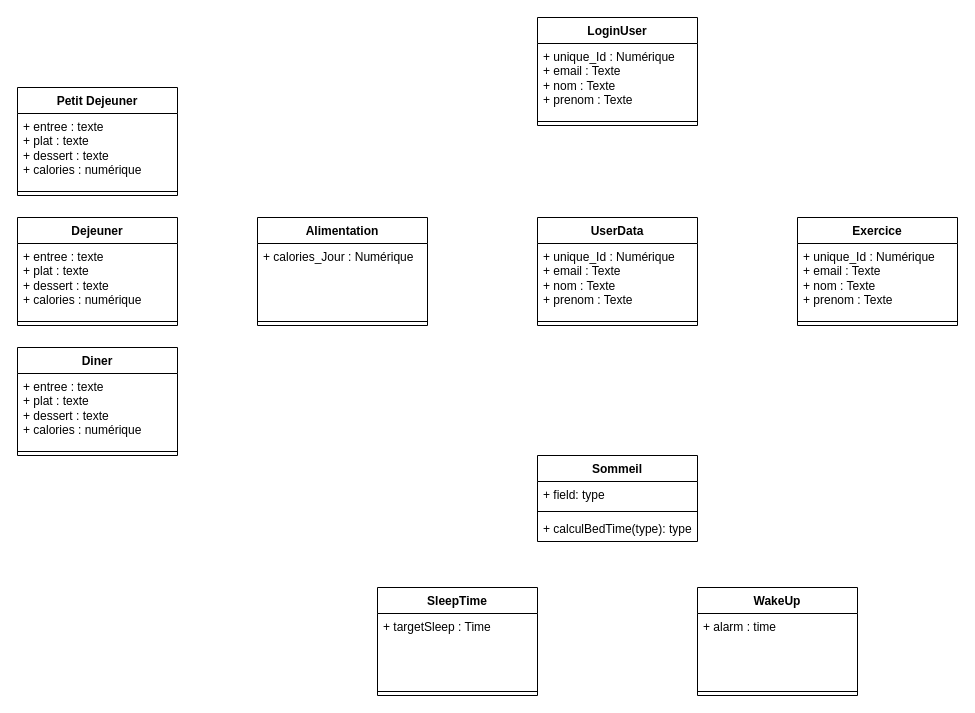
CodeStarter40/P5 keeps this draw.io diagram as P5_Exercice.drawio. Above is the earlier version. Source tidied: cells renumbered, new cells numbered last; positions are measured from the earlier drawing's top-left corner, leaving out a move shared by most shapes. Both pictures are drawn from the tidied source at 100%, with x=0, y=0 at pixel (17, 17).
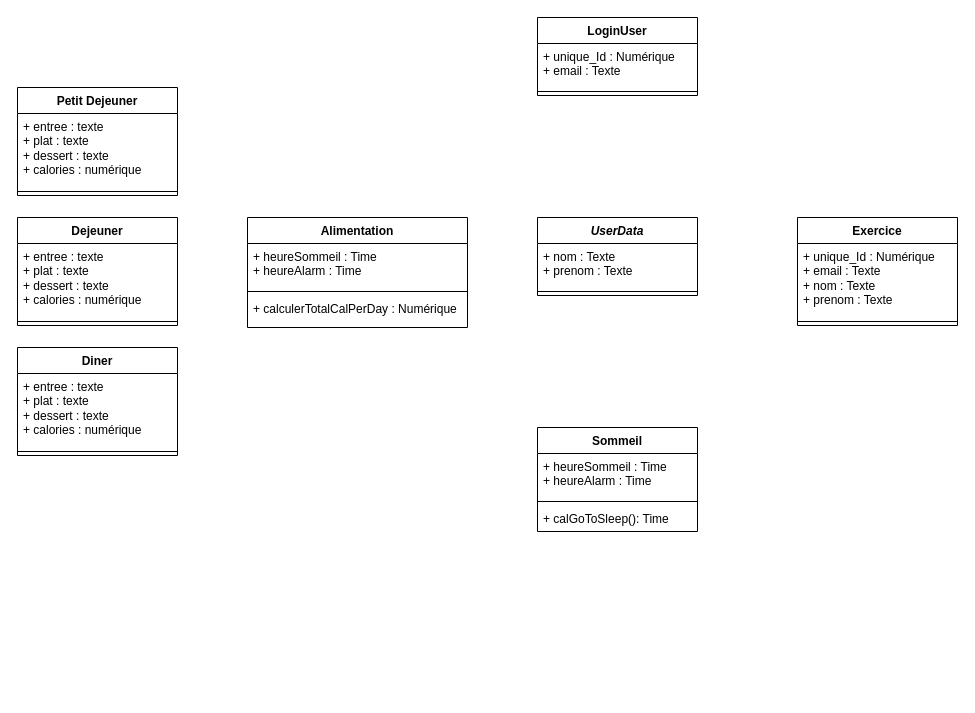
Above is the later version.

Change to the diagram source:
```diff
@@
-    <mxCell id="2" value="UserData" style="swimlane;fontStyle=1;align=center;verticalAlign=top;horizontal=1;startSize=26;whiteSpace=wrap;html=1;" parent="1" vertex="1">
-      <mxGeometry x="520" y="200" width="160" height="108" as="geometry" />
+    <mxCell id="2" value="&lt;i&gt;UserData&lt;/i&gt;" style="swimlane;fontStyle=1;align=center;verticalAlign=top;horizontal=1;startSize=26;whiteSpace=wrap;html=1;" parent="1" vertex="1">
+      <mxGeometry x="520" y="200" width="160" height="78" as="geometry" />
     </mxCell>
-    <mxCell id="3" value="+ unique_Id : Numérique&lt;div&gt;+ email : Texte&lt;/div&gt;&lt;div&gt;+ nom : Texte&lt;/div&gt;&lt;div&gt;+ prenom : Texte&lt;/div&gt;" style="text;strokeColor=none;fillColor=none;align=left;verticalAlign=top;spacingLeft=4;spacingRight=4;overflow=hidden;whiteSpace=wrap;html=1;" parent="2" vertex="1">
-      <mxGeometry y="26" width="160" height="74" as="geometry" />
+    <mxCell id="3" value="&lt;div&gt;+ nom : Texte&lt;/div&gt;&lt;div&gt;+ prenom : Texte&lt;/div&gt;" style="text;strokeColor=none;fillColor=none;align=left;verticalAlign=top;spacingLeft=4;spacingRight=4;overflow=hidden;whiteSpace=wrap;html=1;" parent="2" vertex="1">
+      <mxGeometry y="26" width="160" height="44" as="geometry" />
     </mxCell>
     <mxCell id="4" style="line;strokeWidth=1;fillColor=none;align=left;verticalAlign=middle;spacingTop=-1;spacingLeft=3;spacingRight=3;labelPosition=right;strokeColor=inherit;" parent="2" vertex="1">
-      <mxGeometry y="100" width="160" height="8" as="geometry" />
+      <mxGeometry y="70" width="160" height="8" as="geometry" />
     </mxCell>
@@
-    <mxCell id="17" value="Alimentation" style="swimlane;fontStyle=1;align=center;verticalAlign=top;horizontal=1;startSize=26;whiteSpace=wrap;html=1;" parent="1" vertex="1">
-      <mxGeometry x="240" y="200" width="170" height="108" as="geometry" />
-    </mxCell>
-    <mxCell id="18" value="+ calories_Jour : Numérique" style="text;strokeColor=none;fillColor=none;align=left;verticalAlign=top;spacingLeft=4;spacingRight=4;overflow=hidden;whiteSpace=wrap;html=1;" parent="17" vertex="1">
-      <mxGeometry y="26" width="170" height="74" as="geometry" />
-    </mxCell>
-    <mxCell id="19" style="line;strokeWidth=1;fillColor=none;align=left;verticalAlign=middle;spacingTop=-1;spacingLeft=3;spacingRight=3;labelPosition=right;strokeColor=inherit;" parent="17" vertex="1">
-      <mxGeometry y="100" width="170" height="8" as="geometry" />
-    </mxCell>
     <mxCell id="20" value="LoginUser" style="swimlane;fontStyle=1;align=center;verticalAlign=top;horizontal=1;startSize=26;whiteSpace=wrap;html=1;" parent="1" vertex="1">
-      <mxGeometry x="520" width="160" height="108" as="geometry" />
+      <mxGeometry x="520" width="160" height="78" as="geometry" />
     </mxCell>
-    <mxCell id="21" value="+ unique_Id : Numérique&lt;div&gt;+ email : Texte&lt;/div&gt;&lt;div&gt;+ nom : Texte&lt;/div&gt;&lt;div&gt;+ prenom : Texte&lt;/div&gt;" style="text;strokeColor=none;fillColor=none;align=left;verticalAlign=top;spacingLeft=4;spacingRight=4;overflow=hidden;whiteSpace=wrap;html=1;" parent="20" vertex="1">
-      <mxGeometry y="26" width="160" height="74" as="geometry" />
+    <mxCell id="21" value="+ unique_Id : Numérique&lt;div&gt;+ email : Texte&lt;/div&gt;" style="text;strokeColor=none;fillColor=none;align=left;verticalAlign=top;spacingLeft=4;spacingRight=4;overflow=hidden;whiteSpace=wrap;html=1;" parent="20" vertex="1">
+      <mxGeometry y="26" width="160" height="44" as="geometry" />
     </mxCell>
     <mxCell id="22" style="line;strokeWidth=1;fillColor=none;align=left;verticalAlign=middle;spacingTop=-1;spacingLeft=3;spacingRight=3;labelPosition=right;strokeColor=inherit;" parent="20" vertex="1">
-      <mxGeometry y="100" width="160" height="8" as="geometry" />
+      <mxGeometry y="70" width="160" height="8" as="geometry" />
     </mxCell>
-    <mxCell id="23" value="SleepTime" style="swimlane;fontStyle=1;align=center;verticalAlign=top;horizontal=1;startSize=26;whiteSpace=wrap;html=1;" parent="1" vertex="1">
-      <mxGeometry x="360" y="570" width="160" height="108" as="geometry" />
-    </mxCell>
-    <mxCell id="24" value="+ targetSleep : Time" style="text;strokeColor=none;fillColor=none;align=left;verticalAlign=top;spacingLeft=4;spacingRight=4;overflow=hidden;whiteSpace=wrap;html=1;" parent="23" vertex="1">
-      <mxGeometry y="26" width="160" height="74" as="geometry" />
-    </mxCell>
-    <mxCell id="25" style="line;strokeWidth=1;fillColor=none;align=left;verticalAlign=middle;spacingTop=-1;spacingLeft=3;spacingRight=3;labelPosition=right;strokeColor=inherit;" parent="23" vertex="1">
-      <mxGeometry y="100" width="160" height="8" as="geometry" />
-    </mxCell>
-    <mxCell id="26" value="WakeUp" style="swimlane;fontStyle=1;align=center;verticalAlign=top;horizontal=1;startSize=26;whiteSpace=wrap;html=1;" parent="1" vertex="1">
-      <mxGeometry x="680" y="570" width="160" height="108" as="geometry" />
-    </mxCell>
-    <mxCell id="27" value="+ alarm : time" style="text;strokeColor=none;fillColor=none;align=left;verticalAlign=top;spacingLeft=4;spacingRight=4;overflow=hidden;whiteSpace=wrap;html=1;" parent="26" vertex="1">
-      <mxGeometry y="26" width="160" height="74" as="geometry" />
-    </mxCell>
-    <mxCell id="28" style="line;strokeWidth=1;fillColor=none;align=left;verticalAlign=middle;spacingTop=-1;spacingLeft=3;spacingRight=3;labelPosition=right;strokeColor=inherit;" parent="26" vertex="1">
-      <mxGeometry y="100" width="160" height="8" as="geometry" />
-    </mxCell>
     <mxCell id="29" value="Sommeil&lt;div&gt;&lt;br&gt;&lt;/div&gt;" style="swimlane;fontStyle=1;align=center;verticalAlign=top;horizontal=1;startSize=26;whiteSpace=wrap;html=1;" parent="1" vertex="1">
-      <mxGeometry x="520" y="438" width="160" height="86" as="geometry" />
+      <mxGeometry x="520" y="410" width="160" height="104" as="geometry" />
     </mxCell>
-    <mxCell id="30" value="+ field: type" style="text;strokeColor=none;fillColor=none;align=left;verticalAlign=top;spacingLeft=4;spacingRight=4;overflow=hidden;whiteSpace=wrap;html=1;" parent="29" vertex="1">
-      <mxGeometry y="26" width="160" height="26" as="geometry" />
+    <mxCell id="30" value="+ heureSommeil : Time&lt;div&gt;+ heureAlarm : Time&lt;/div&gt;" style="text;strokeColor=none;fillColor=none;align=left;verticalAlign=top;spacingLeft=4;spacingRight=4;overflow=hidden;whiteSpace=wrap;html=1;" parent="29" vertex="1">
+      <mxGeometry y="26" width="160" height="44" as="geometry" />
     </mxCell>
     <mxCell id="31" style="line;strokeWidth=1;fillColor=none;align=left;verticalAlign=middle;spacingTop=-1;spacingLeft=3;spacingRight=3;labelPosition=right;strokeColor=inherit;" parent="29" vertex="1">
-      <mxGeometry y="52" width="160" height="8" as="geometry" />
+      <mxGeometry y="70" width="160" height="8" as="geometry" />
     </mxCell>
-    <mxCell id="32" value="+ calculBedTime(type): type" style="text;strokeColor=none;fillColor=none;align=left;verticalAlign=top;spacingLeft=4;spacingRight=4;overflow=hidden;whiteSpace=wrap;html=1;" parent="29" vertex="1">
-      <mxGeometry y="60" width="160" height="26" as="geometry" />
+    <mxCell id="32" value="+ calGoToSleep(): Time" style="text;strokeColor=none;fillColor=none;align=left;verticalAlign=top;spacingLeft=4;spacingRight=4;overflow=hidden;whiteSpace=wrap;html=1;" parent="29" vertex="1">
+      <mxGeometry y="78" width="160" height="26" as="geometry" />
     </mxCell>
+    <mxCell id="17" value="&lt;div&gt;Alimentation&lt;/div&gt;" style="swimlane;fontStyle=1;align=center;verticalAlign=top;horizontal=1;startSize=26;whiteSpace=wrap;html=1;" parent="1" vertex="1">
+      <mxGeometry x="230" y="200" width="220" height="110" as="geometry" />
+    </mxCell>
+    <mxCell id="33" value="+ heureSommeil : Time&lt;div&gt;+ heureAlarm : Time&lt;/div&gt;" style="text;strokeColor=none;fillColor=none;align=left;verticalAlign=top;spacingLeft=4;spacingRight=4;overflow=hidden;whiteSpace=wrap;html=1;" parent="17" vertex="1">
+      <mxGeometry y="26" width="220" height="44" as="geometry" />
+    </mxCell>
+    <mxCell id="34" style="line;strokeWidth=1;fillColor=none;align=left;verticalAlign=middle;spacingTop=-1;spacingLeft=3;spacingRight=3;labelPosition=right;strokeColor=inherit;" parent="17" vertex="1">
+      <mxGeometry y="70" width="220" height="8" as="geometry" />
+    </mxCell>
+    <mxCell id="35" value="+ calculerTotalCalPerDay : Numérique" style="text;strokeColor=none;fillColor=none;align=left;verticalAlign=top;spacingLeft=4;spacingRight=4;overflow=hidden;whiteSpace=wrap;html=1;" parent="17" vertex="1">
+      <mxGeometry y="78" width="220" height="32" as="geometry" />
+    </mxCell>
```
